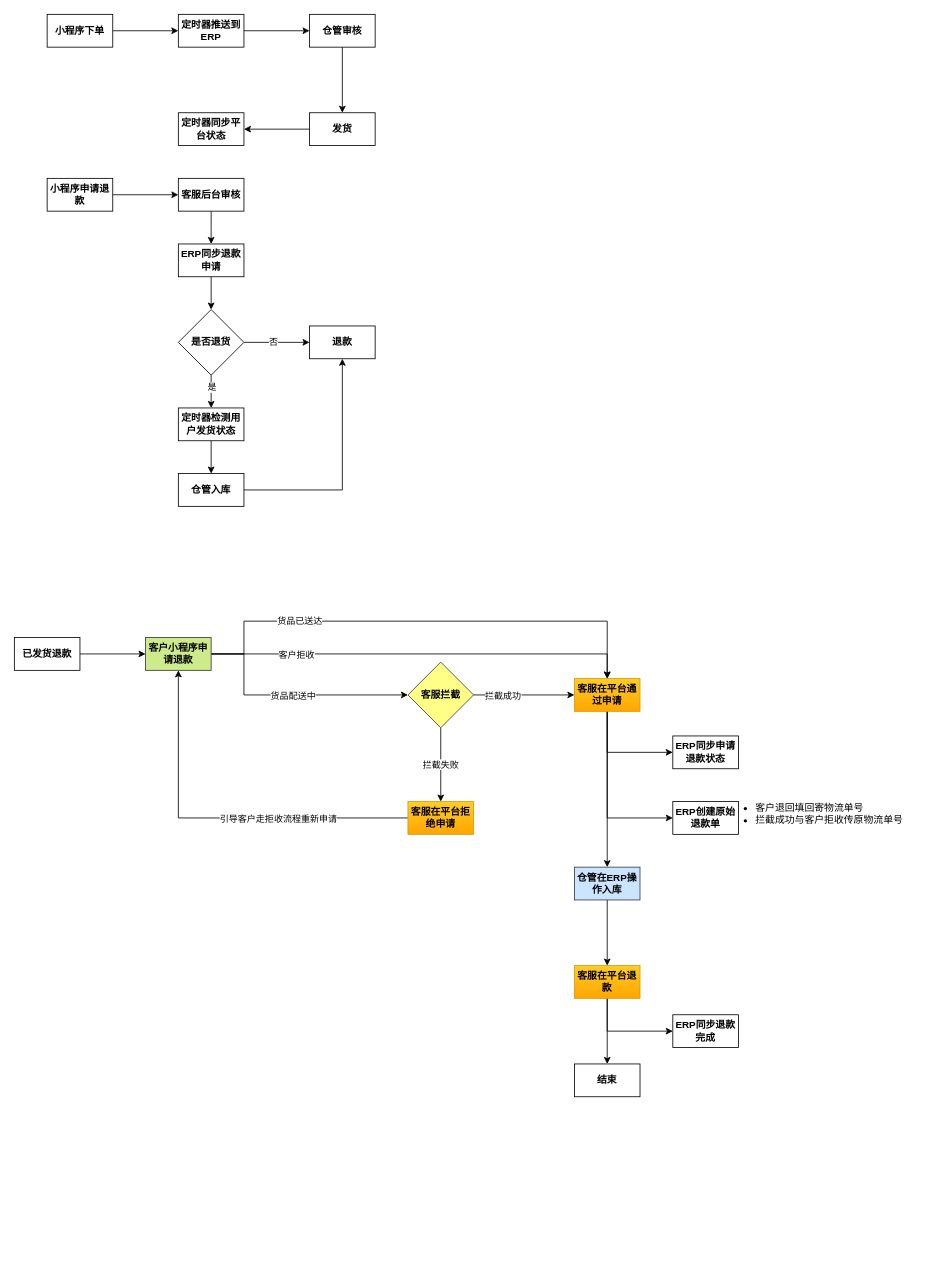
yiuked/diagram keeps this draw.io diagram as erpsync.drawio. Above is the earlier version. Source tidied: cells renumbered, new cells numbered last; positions are measured from the earlier drawing's top-left corner, leaving out a move shared by most shapes. Both pictures are drawn from the tidied source at 82%, with x=0, y=0 at pixel (14, 14).
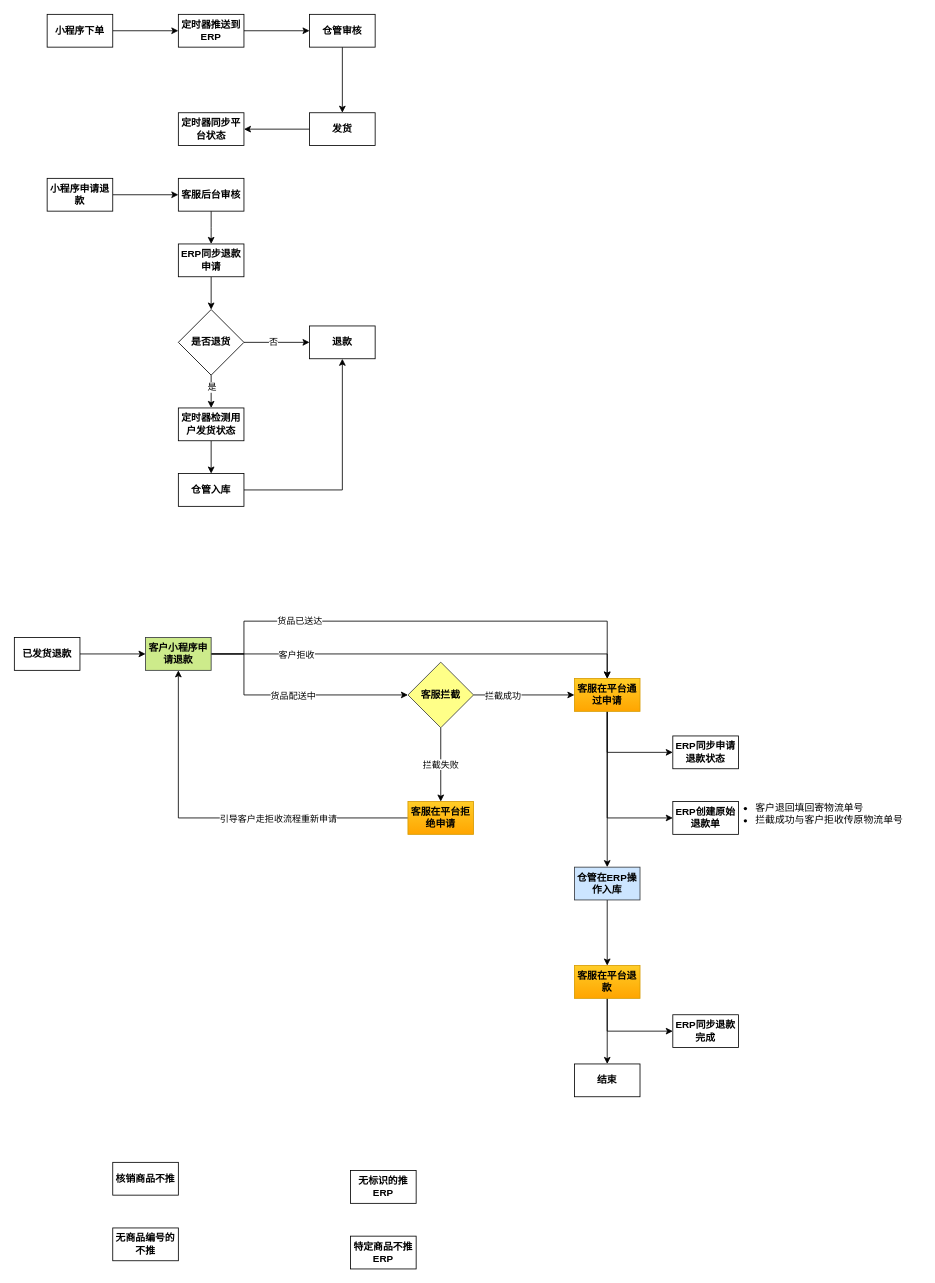
After the change.

The edit, as a diff of the source:
```diff
@@
+    <mxCell id="58" value="&lt;b&gt;特定商品不推ERP&lt;/b&gt;" style="rounded=0;whiteSpace=wrap;html=1;" parent="1" vertex="1">
+      <mxGeometry x="410" y="1490" width="80" height="40" as="geometry" />
+    </mxCell>
+    <mxCell id="59" value="&lt;b&gt;无标识的推ERP&lt;/b&gt;" style="rounded=0;whiteSpace=wrap;html=1;" parent="1" vertex="1">
+      <mxGeometry x="410" y="1410" width="80" height="40" as="geometry" />
+    </mxCell>
+    <mxCell id="60" value="&lt;b&gt;核销商品不推&lt;/b&gt;" style="rounded=0;whiteSpace=wrap;html=1;" parent="1" vertex="1">
+      <mxGeometry x="120" y="1400" width="80" height="40" as="geometry" />
+    </mxCell>
+    <mxCell id="61" value="&lt;b&gt;无商品编号的不推&lt;/b&gt;" style="rounded=0;whiteSpace=wrap;html=1;" parent="1" vertex="1">
+      <mxGeometry x="120" y="1480" width="80" height="40" as="geometry" />
+    </mxCell>
```
